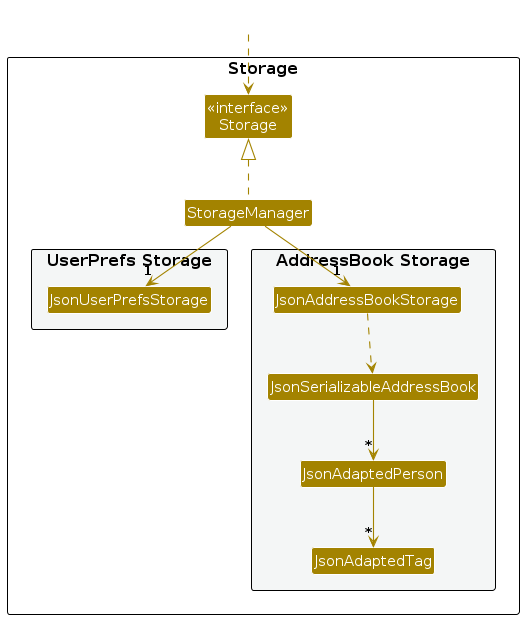
This is diagrams/StorageClassDiagram.png from AY2627S1-CS2103T-W14-4/tp, a PlantUML export, as it was before one commit. Its source is kept beside it as diagrams/StorageClassDiagram.puml. Its diagram source:
```plantuml
@startuml
!include style.puml
skinparam arrowThickness 1.1
skinparam arrowColor STORAGE_COLOR
skinparam classBackgroundColor STORAGE_COLOR

package Storage as StoragePackage {

Class "<<interface>>\nStorage" as Storage
Class StorageManager

package "UserPrefs Storage" #F4F6F6{
Class JsonUserPrefsStorage
}

package "AddressBook Storage" #F4F6F6{
Class JsonAddressBookStorage
Class JsonSerializableAddressBook
Class JsonAdaptedPerson
Class JsonAdaptedTag
}

}

Class HiddenOutside #FFFFFF
HiddenOutside ..> Storage

StorageManager .up.|> Storage
StorageManager -down-> "1" JsonUserPrefsStorage
StorageManager -down-> "1" JsonAddressBookStorage

JsonAddressBookStorage ..> JsonSerializableAddressBook
JsonSerializableAddressBook --> "*" JsonAdaptedPerson
JsonAdaptedPerson --> "*" JsonAdaptedTag

@enduml
```
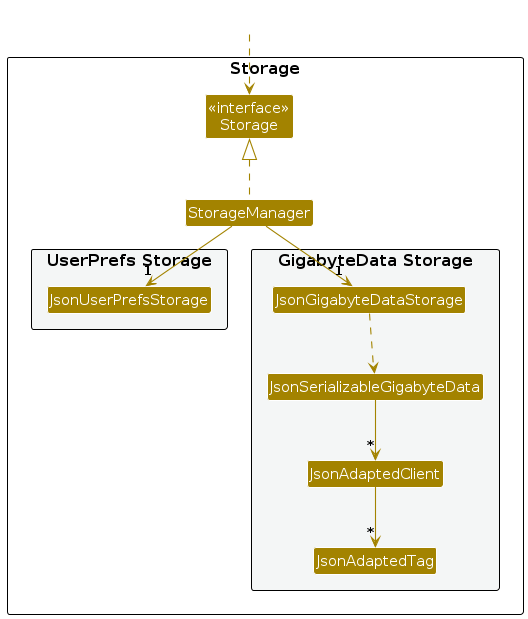
Later version of the same file.

The edit, as a diff of the source:
```diff
@@ -13,10 +13,10 @@
 Class JsonUserPrefsStorage
 }
 
-package "AddressBook Storage" #F4F6F6{
-Class JsonAddressBookStorage
-Class JsonSerializableAddressBook
-Class JsonAdaptedPerson
+package "GigabyteData Storage" #F4F6F6{
+Class JsonGigabyteDataStorage
+Class JsonSerializableGigabyteData
+Class JsonAdaptedClient
 Class JsonAdaptedTag
 }
 
@@ -27,10 +27,10 @@
 
 StorageManager .up.|> Storage
 StorageManager -down-> "1" JsonUserPrefsStorage
-StorageManager -down-> "1" JsonAddressBookStorage
+StorageManager -down-> "1" JsonGigabyteDataStorage
 
-JsonAddressBookStorage ..> JsonSerializableAddressBook
-JsonSerializableAddressBook --> "*" JsonAdaptedPerson
-JsonAdaptedPerson --> "*" JsonAdaptedTag
+JsonGigabyteDataStorage ..> JsonSerializableGigabyteData
+JsonSerializableGigabyteData --> "*" JsonAdaptedClient
+JsonAdaptedClient --> "*" JsonAdaptedTag
 
 @enduml
```
